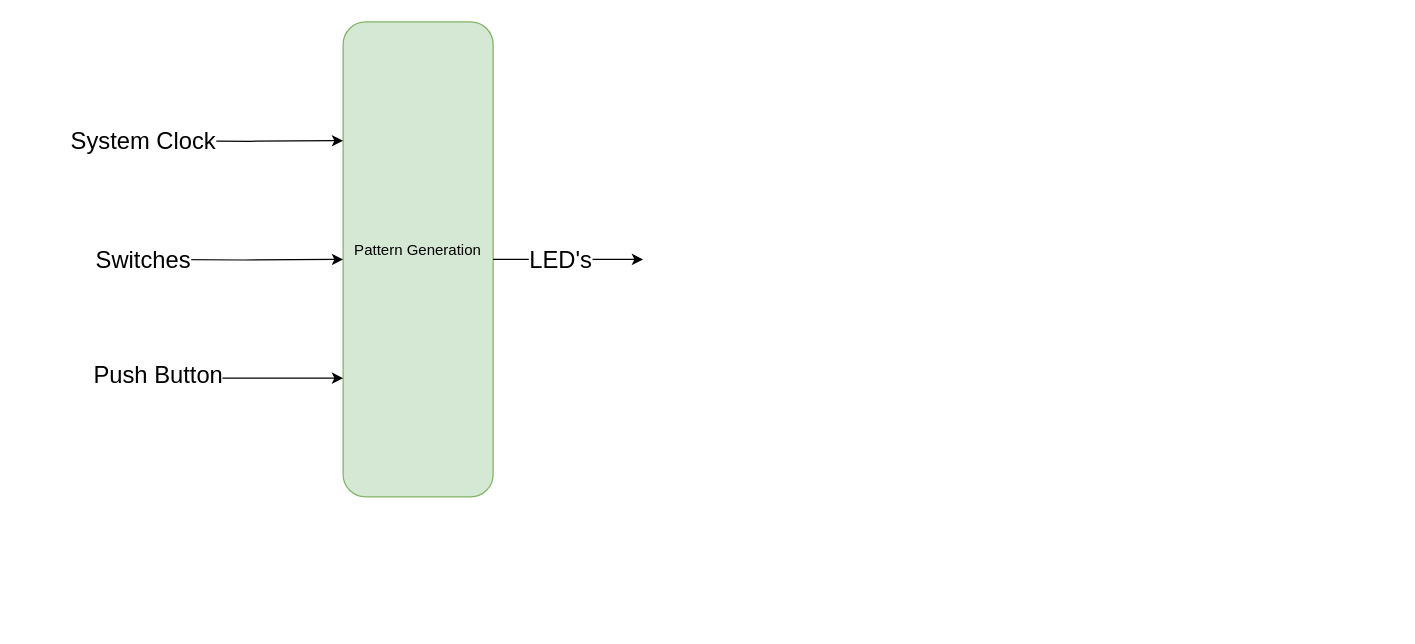
msu-eele-fpga/labs-and-homework-CalebEELe467 keeps this draw.io diagram as docs/assets/Lab-4_Diagram.drawio. Above is the earlier version. Source tidied: cells renumbered, new cells numbered last; positions are measured from the earlier drawing's top-left corner, leaving out a move shared by most shapes. Both pictures are drawn from the tidied source at 125%, with x=0, y=0 at pixel (142, 21).
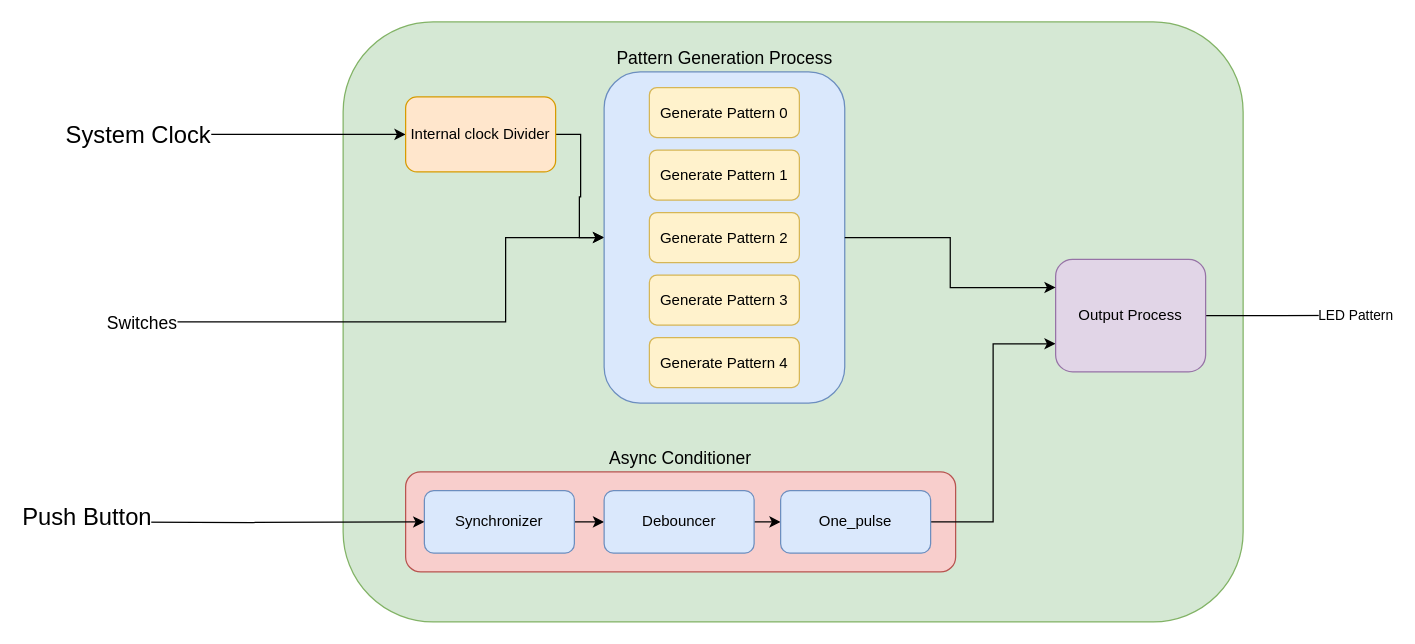
After the change.

Commit message (it also covers changes not shown here):
Updated Lab-4 Block Diagram and added to MKDown file

Diff of the diagram source:
```diff
@@
-    <mxCell id="2" value="Pattern Generation&lt;div&gt;&lt;br&gt;&lt;/div&gt;" style="rounded=1;whiteSpace=wrap;html=1;fillColor=#d5e8d4;strokeColor=#82b366;" parent="1" vertex="1">
-      <mxGeometry x="160" width="120" height="380" as="geometry" />
+    <mxCell id="2" value="&lt;div&gt;&lt;br&gt;&lt;/div&gt;" style="rounded=1;whiteSpace=wrap;html=1;fillColor=#d5e8d4;strokeColor=#82b366;" parent="1" vertex="1">
+      <mxGeometry x="160" width="720" height="480" as="geometry" />
     </mxCell>
-    <mxCell id="3" style="endArrow=classic;html=1;rounded=0;entryX=0;entryY=0.25;entryDx=0;entryDy=0;edgeStyle=orthogonalEdgeStyle;" parent="1" edge="1" target="2">
+    <mxCell id="3" style="endArrow=classic;html=1;rounded=0;entryX=0;entryY=0.5;entryDx=0;entryDy=0;edgeStyle=orthogonalEdgeStyle;" parent="1" edge="1" target="12">
       <mxGeometry relative="1" as="geometry">
-        <mxPoint x="10" y="95" as="sourcePoint" />
+        <mxPoint x="-10" y="92" as="sourcePoint" />
+        <Array as="points">
+          <mxPoint x="-10" y="90" />
+        </Array>
       </mxGeometry>
     </mxCell>
@@
-    <mxCell id="5" style="endArrow=classic;html=1;rounded=0;entryX=0;entryY=0.5;entryDx=0;entryDy=0;edgeStyle=orthogonalEdgeStyle;" parent="1" edge="1" target="2">
+    <mxCell id="5" style="endArrow=classic;html=1;rounded=0;entryX=0;entryY=0.5;entryDx=0;entryDy=0;edgeStyle=orthogonalEdgeStyle;" parent="1" edge="1" target="14">
       <mxGeometry relative="1" as="geometry">
-        <mxPoint y="190" as="sourcePoint" />
+        <mxPoint x="-20" y="240" as="sourcePoint" />
+        <Array as="points">
+          <mxPoint x="290" y="240" />
+          <mxPoint x="290" y="173" />
+        </Array>
       </mxGeometry>
     </mxCell>
-    <mxCell id="6" value="&lt;span style=&quot;font-size: 19px;&quot;&gt;Switches&lt;/span&gt;" style="edgeLabel;html=1;align=center;verticalAlign=middle;" parent="5" vertex="1">
-      <mxGeometry x="-0.51" relative="1" as="geometry">
-        <mxPoint x="-39" as="offset" />
+    <mxCell id="6" value="&lt;font style=&quot;font-size: 14px;&quot;&gt;Switches&lt;/font&gt;" style="edgeLabel;html=1;align=center;verticalAlign=middle;" parent="5" vertex="1">
+      <mxGeometry x="-0.6" y="-2" relative="1" as="geometry">
+        <mxPoint x="-72" y="-2" as="offset" />
       </mxGeometry>
     </mxCell>
+    <mxCell id="11" style="edgeStyle=orthogonalEdgeStyle;rounded=0;jettySize=auto;html=1;exitX=1;exitY=0.5;exitDx=0;exitDy=0;entryX=0;entryY=0.5;entryDx=0;entryDy=0;" parent="1" edge="1" source="12" target="14">
+      <mxGeometry relative="1" as="geometry">
+        <Array as="points">
+          <mxPoint x="350" y="90" />
+          <mxPoint x="350" y="140" />
+          <mxPoint x="349" y="140" />
+          <mxPoint x="349" y="173" />
+        </Array>
+      </mxGeometry>
+    </mxCell>
+    <mxCell id="12" value="Internal clock Divider" style="rounded=1;whiteSpace=wrap;html=1;fillColor=#ffe6cc;strokeColor=#d79b00;" parent="1" vertex="1">
+      <mxGeometry x="210" y="60" width="120" height="60" as="geometry" />
+    </mxCell>
+    <mxCell id="13" style="group;horizontal=0;fontSize=15;labelPosition=center;verticalLabelPosition=top;align=center;verticalAlign=bottom;" parent="1" vertex="1">
+      <mxGeometry x="368.8" y="40" width="192.5" height="265" as="geometry" />
+    </mxCell>
+    <mxCell id="14" value="&lt;font style=&quot;font-size: 14px;&quot;&gt;Pattern Generation Process&lt;/font&gt;" style="rounded=1;whiteSpace=wrap;html=1;fillColor=#dae8fc;strokeColor=#6c8ebf;labelPosition=center;verticalLabelPosition=top;align=center;verticalAlign=bottom;" parent="13" vertex="1">
+      <mxGeometry width="192.5" height="265" as="geometry" />
+    </mxCell>
+    <mxCell id="15" value="Generate Pattern 0" style="rounded=1;whiteSpace=wrap;html=1;fillColor=#fff2cc;strokeColor=#d6b656;" parent="13" vertex="1">
+      <mxGeometry x="36.2" y="12.5" width="120" height="40" as="geometry" />
+    </mxCell>
+    <mxCell id="16" value="Generate Pattern 1" style="rounded=1;whiteSpace=wrap;html=1;fillColor=#fff2cc;strokeColor=#d6b656;" parent="13" vertex="1">
+      <mxGeometry x="36.2" y="62.5" width="120" height="40" as="geometry" />
+    </mxCell>
+    <mxCell id="17" value="Generate Pattern 3" style="rounded=1;whiteSpace=wrap;html=1;fillColor=#fff2cc;strokeColor=#d6b656;" parent="13" vertex="1">
+      <mxGeometry x="36.2" y="162.5" width="120" height="40" as="geometry" />
+    </mxCell>
+    <mxCell id="18" value="Generate Pattern 2" style="rounded=1;whiteSpace=wrap;html=1;fillColor=#fff2cc;strokeColor=#d6b656;" parent="13" vertex="1">
+      <mxGeometry x="36.2" y="112.5" width="120" height="40" as="geometry" />
+    </mxCell>
+    <mxCell id="19" value="Generate Pattern 4" style="rounded=1;whiteSpace=wrap;html=1;fillColor=#fff2cc;strokeColor=#d6b656;" parent="13" vertex="1">
+      <mxGeometry x="36.2" y="212.5" width="120" height="40" as="geometry" />
+    </mxCell>
+    <mxCell id="20" style="edgeStyle=orthogonalEdgeStyle;rounded=0;jettySize=auto;html=1;exitX=0;exitY=0.5;exitDx=0;exitDy=0;entryX=0;entryY=0.5;entryDx=0;entryDy=0;" parent="1" edge="1" source="21" target="23">
+      <mxGeometry relative="1" as="geometry" />
+    </mxCell>
+    <mxCell id="21" value="Async Conditioner" style="rounded=1;whiteSpace=wrap;html=1;fillColor=#f8cecc;strokeColor=#b85450;labelPosition=center;verticalLabelPosition=top;align=center;verticalAlign=bottom;fontSize=14;" parent="1" vertex="1">
+      <mxGeometry x="210" y="360" width="440" height="80" as="geometry" />
+    </mxCell>
+    <mxCell id="22" style="edgeStyle=orthogonalEdgeStyle;rounded=0;jettySize=auto;html=1;exitX=1;exitY=0.5;exitDx=0;exitDy=0;entryX=0;entryY=0.5;entryDx=0;entryDy=0;" parent="1" edge="1" source="23" target="25">
+      <mxGeometry relative="1" as="geometry" />
+    </mxCell>
+    <mxCell id="23" value="Synchronizer" style="rounded=1;whiteSpace=wrap;html=1;fillColor=#dae8fc;strokeColor=#6c8ebf;" parent="1" vertex="1">
+      <mxGeometry x="225" y="375" width="120" height="50" as="geometry" />
+    </mxCell>
+    <mxCell id="24" style="edgeStyle=orthogonalEdgeStyle;rounded=0;jettySize=auto;html=1;exitX=1;exitY=0.5;exitDx=0;exitDy=0;entryX=0;entryY=0.5;entryDx=0;entryDy=0;" parent="1" edge="1" source="25" target="27">
+      <mxGeometry relative="1" as="geometry" />
+    </mxCell>
+    <mxCell id="25" value="Debouncer" style="rounded=1;whiteSpace=wrap;html=1;fillColor=#dae8fc;strokeColor=#6c8ebf;" parent="1" vertex="1">
+      <mxGeometry x="368.8" y="375" width="120" height="50" as="geometry" />
+    </mxCell>
+    <mxCell id="26" style="edgeStyle=orthogonalEdgeStyle;rounded=0;jettySize=auto;html=1;exitX=1;exitY=0.5;exitDx=0;exitDy=0;entryX=0;entryY=0.75;entryDx=0;entryDy=0;" parent="1" edge="1" source="27" target="30">
+      <mxGeometry relative="1" as="geometry">
+        <Array as="points">
+          <mxPoint x="680" y="400" />
+          <mxPoint x="680" y="258" />
+          <mxPoint x="730" y="258" />
+        </Array>
+      </mxGeometry>
+    </mxCell>
+    <mxCell id="27" value="One_pulse" style="rounded=1;whiteSpace=wrap;html=1;fillColor=#dae8fc;strokeColor=#6c8ebf;" parent="1" vertex="1">
+      <mxGeometry x="510" y="375" width="120" height="50" as="geometry" />
+    </mxCell>
-    <mxCell id="7" style="endArrow=classic;html=1;rounded=0;edgeStyle=orthogonalEdgeStyle;entryX=0;entryY=0.75;entryDx=0;entryDy=0;" parent="1" edge="1" target="2">
+    <mxCell id="7" style="endArrow=classic;html=1;rounded=0;edgeStyle=orthogonalEdgeStyle;entryX=0;entryY=0.5;entryDx=0;entryDy=0;" parent="1" edge="1" target="23">
       <mxGeometry relative="1" as="geometry">
-        <mxPoint x="10" y="280" as="sourcePoint" />
-        <Array as="points">
-          <mxPoint x="10" y="285" />
-        </Array>
+        <mxPoint x="-50" y="400" as="sourcePoint" />
       </mxGeometry>
     </mxCell>
     <mxCell id="8" value="&lt;font style=&quot;font-size: 19px;&quot;&gt;Push Button&lt;/font&gt;" style="edgeLabel;html=1;align=center;verticalAlign=middle;" parent="7" vertex="1">
-      <mxGeometry x="-0.97" y="1" relative="1" as="geometry" />
+      <mxGeometry x="-0.97" y="1" relative="1" as="geometry">
+        <mxPoint y="-3" as="offset" />
+      </mxGeometry>
     </mxCell>
-    <mxCell id="9" style="endArrow=classic;html=1;rounded=0;exitX=1;exitY=0.5;exitDx=0;exitDy=0;strokeWidth=1;" parent="1" edge="1" source="2">
-      <mxGeometry relative="1" as="geometry">
-        <mxPoint x="400" y="190" as="targetPoint" />
-      </mxGeometry>
-    </mxCell>
-    <mxCell id="10" value="LED's" style="edgeLabel;html=1;align=center;verticalAlign=middle;fontSize=19;" parent="9" vertex="1">
-      <mxGeometry x="-0.12" relative="1" as="geometry" />
-    </mxCell>
+    <mxCell id="28" style="edgeStyle=orthogonalEdgeStyle;rounded=0;jettySize=auto;html=1;exitX=1;exitY=0.5;exitDx=0;exitDy=0;" parent="1" edge="1" source="30">
+      <mxGeometry relative="1" as="geometry">
+        <mxPoint x="970" y="234.7" as="targetPoint" />
+      </mxGeometry>
+    </mxCell>
+    <mxCell id="29" value="LED Pattern" style="edgeLabel;html=1;align=center;verticalAlign=middle;" parent="28" vertex="1">
+      <mxGeometry x="0.57" y="2" relative="1" as="geometry">
+        <mxPoint x="26" y="2" as="offset" />
+      </mxGeometry>
+    </mxCell>
+    <mxCell id="30" value="Output Process" style="rounded=1;whiteSpace=wrap;html=1;fillColor=#e1d5e7;strokeColor=#9673a6;" parent="1" vertex="1">
+      <mxGeometry x="730" y="190" width="120" height="90" as="geometry" />
+    </mxCell>
+    <mxCell id="31" style="edgeStyle=orthogonalEdgeStyle;rounded=0;jettySize=auto;html=1;exitX=1;exitY=0.5;exitDx=0;exitDy=0;entryX=0;entryY=0.25;entryDx=0;entryDy=0;" parent="1" edge="1" source="14" target="30">
+      <mxGeometry relative="1" as="geometry" />
+    </mxCell>
```
